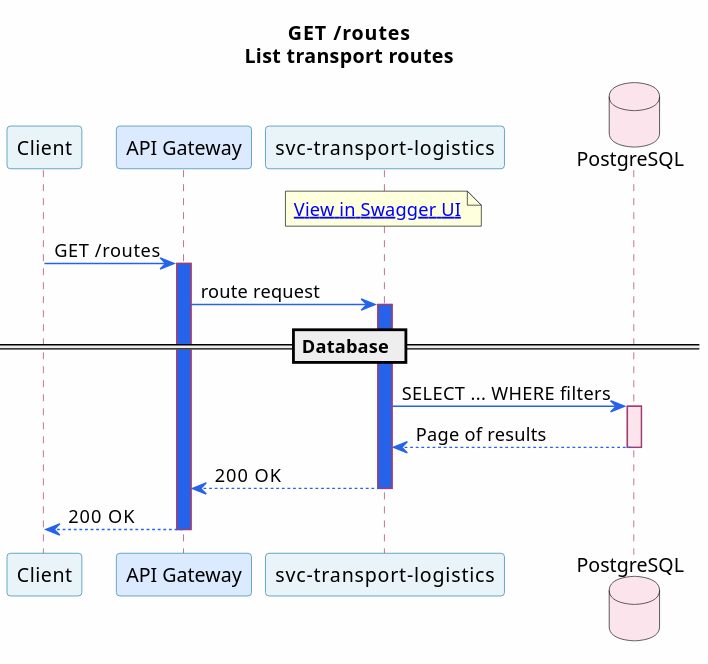
Before: portal/site/microservices/svg/svc-transport-logistics--get-routes.svg, a diagram exported from PlantUML (christopherblaisdell/continuous-architecture-platform-poc).
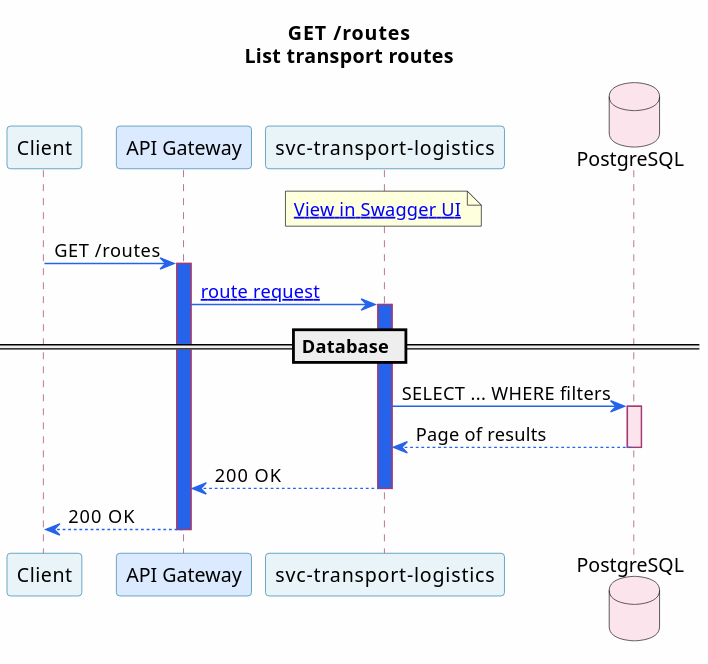
Later version of the same file.

Diff of the diagram source:
```diff
@@ -26,7 +26,7 @@
 
 Client -> GW : GET /routes
 activate GW #2563eb
-GW -> Svc : route request
+GW -> Svc : [[/microservices/svc-transport-logistics/#get-routes-list-transport-routes route request]]
 activate Svc #2563eb
 
 == Database ==
```
